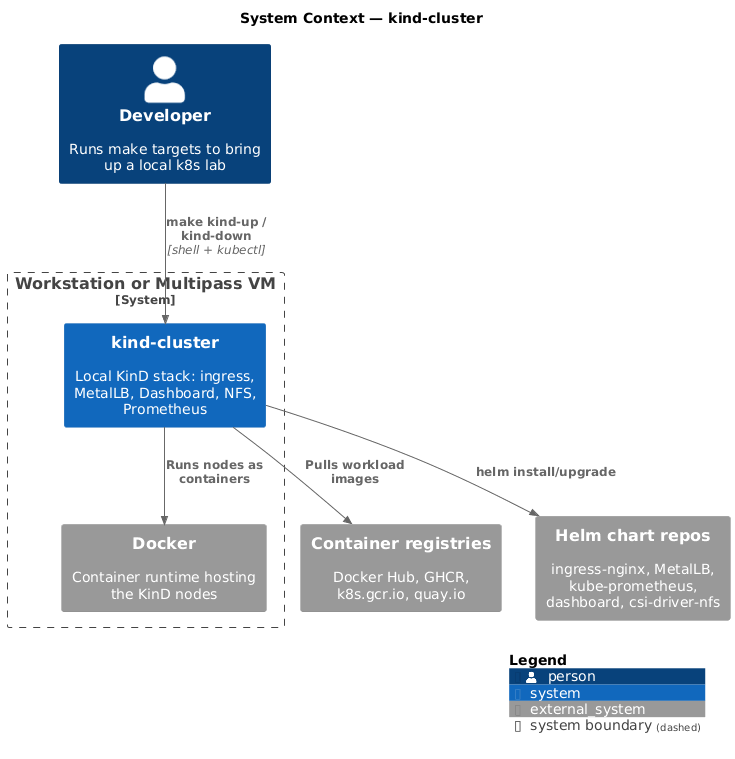
Earlier version of the PlantUML export docs/diagrams/out/c4-context.png (AndriyKalashnykov/kind-cluster). The source it was exported from:
```plantuml
@startuml c4-context
!include https://raw.githubusercontent.com/plantuml-stdlib/C4-PlantUML/v2.10.0/C4_Context.puml

title System Context — kind-cluster

Person(dev, "Developer", "Runs make targets to bring up a local k8s lab")

System_Boundary(host, "Workstation or Multipass VM") {
  System(kind, "kind-cluster", "Local KinD stack: ingress, MetalLB, Dashboard, NFS, Prometheus")
  System_Ext(docker, "Docker", "Container runtime hosting the KinD nodes")
}

System_Ext(registries, "Container registries", "Docker Hub, GHCR, k8s.gcr.io, quay.io")
System_Ext(charts, "Helm chart repos", "ingress-nginx, MetalLB, kube-prometheus, dashboard, csi-driver-nfs")

Rel(dev, kind, "make kind-up / kind-down", "shell + kubectl")
Rel(kind, docker, "Runs nodes as containers")
Rel(kind, registries, "Pulls workload images")
Rel(kind, charts, "helm install/upgrade")

SHOW_LEGEND()
@enduml
```
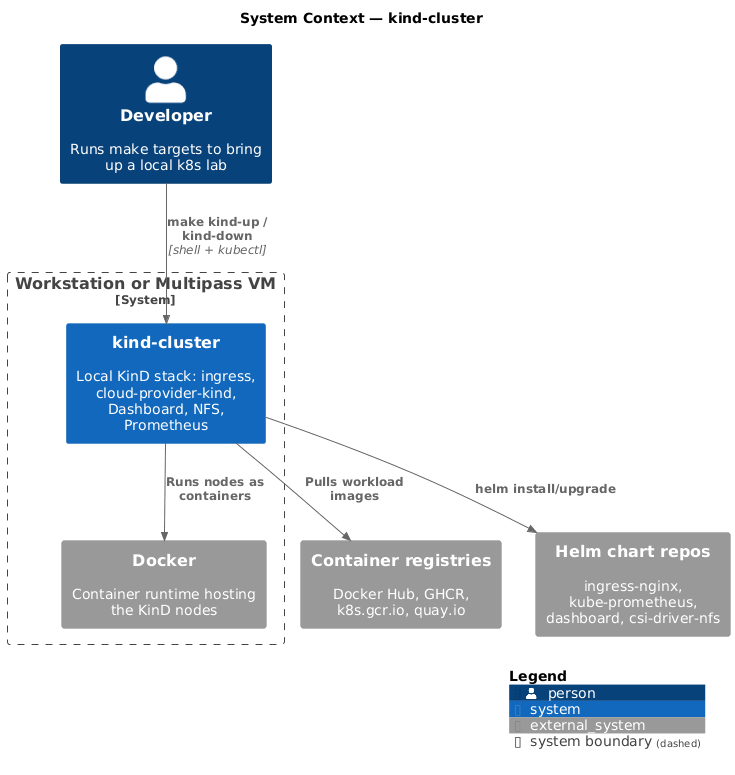
Above is the later version.

Commit message:
docs: README readability pass + fix c4-context diagram drift

Diff of the diagram source:
```diff
@@ -6,12 +6,12 @@
 Person(dev, "Developer", "Runs make targets to bring up a local k8s lab")
 
 System_Boundary(host, "Workstation or Multipass VM") {
-  System(kind, "kind-cluster", "Local KinD stack: ingress, MetalLB, Dashboard, NFS, Prometheus")
+  System(kind, "kind-cluster", "Local KinD stack: ingress, cloud-provider-kind, Dashboard, NFS, Prometheus")
   System_Ext(docker, "Docker", "Container runtime hosting the KinD nodes")
 }
 
 System_Ext(registries, "Container registries", "Docker Hub, GHCR, k8s.gcr.io, quay.io")
-System_Ext(charts, "Helm chart repos", "ingress-nginx, MetalLB, kube-prometheus, dashboard, csi-driver-nfs")
+System_Ext(charts, "Helm chart repos", "ingress-nginx, kube-prometheus, dashboard, csi-driver-nfs")
 
 Rel(dev, kind, "make kind-up / kind-down", "shell + kubectl")
 Rel(kind, docker, "Runs nodes as containers")
```
